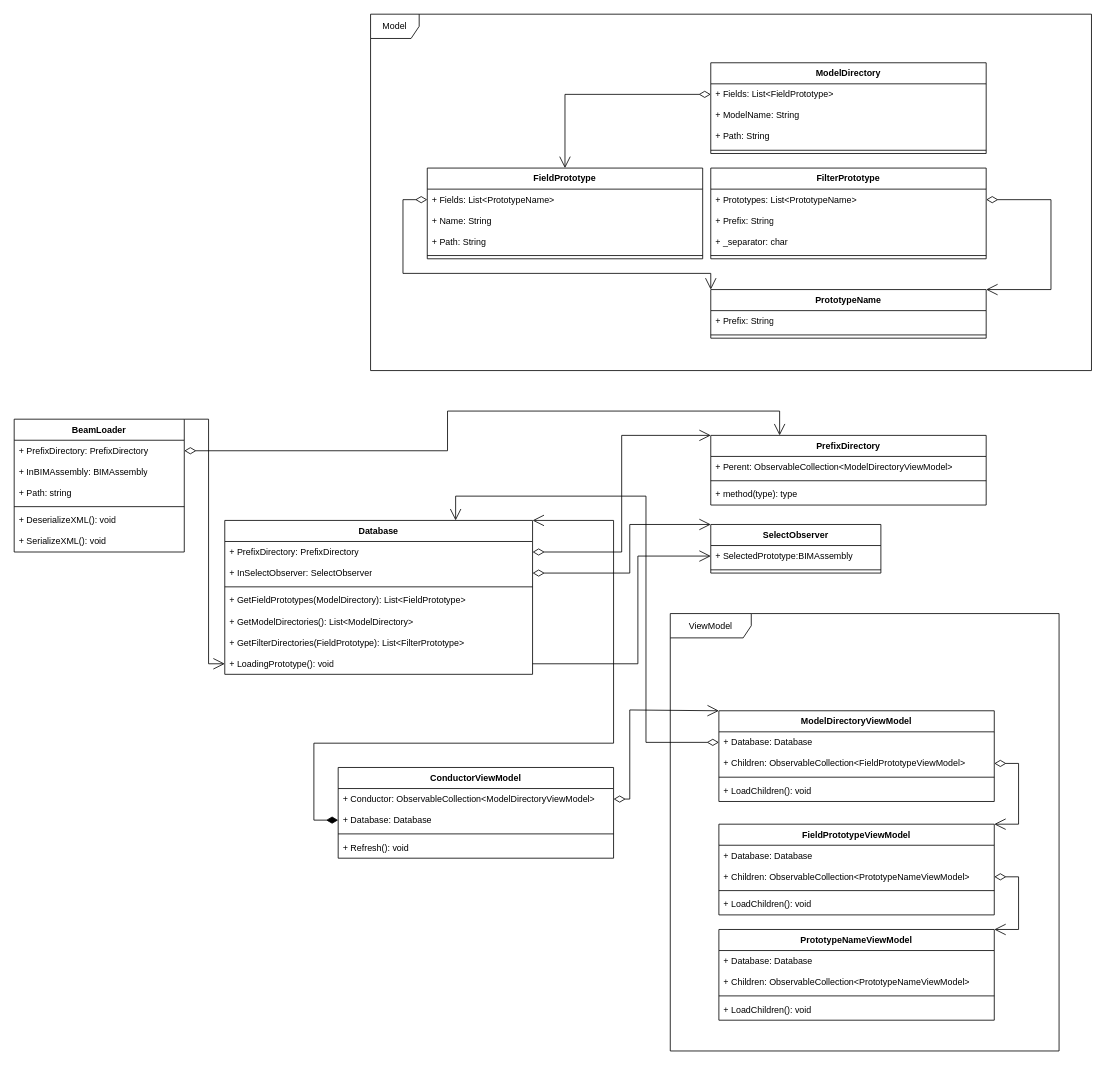
The draw.io diagram page "Conductor" (1 of 3) of Prototype.drawio in AATerekhov/BIM_KJI_Manage, before the edit. Source tidied: cells renumbered, new cells numbered last; positions are measured from the earlier drawing's top-left corner, leaving out a move shared by most shapes. Both pictures are drawn from the tidied source at 81%, with x=0, y=0 at pixel (14, 14).
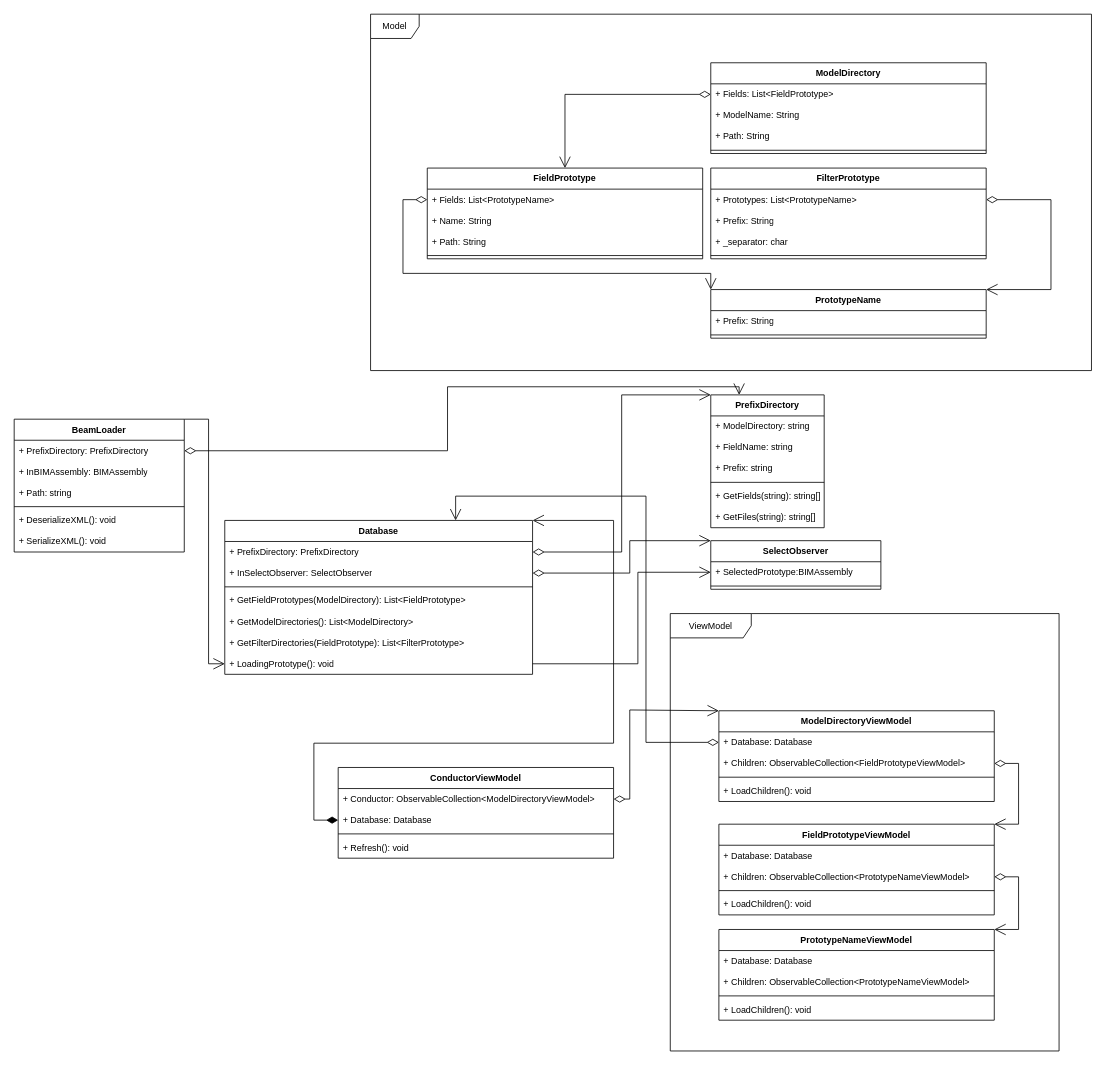
The same diagram, later.

The change refers to these unchanged cells:
```xml
<mxCell id="15" value="+ SelectedPrototype:BIMAssembly" style="text;strokeColor=none;fillColor=none;align=left;verticalAlign=top;spacingLeft=4;spacingRight=4;overflow=hidden;points=[[0,0.5],[1,0.5]];portConstraint=eastwest;whiteSpace=wrap;html=1;fontSize=11;fontFamily=Helvetica;fontColor=default;" parent="14" vertex="1">
  <mxGeometry y="26" width="210" height="26" as="geometry" />
</mxCell>
<mxCell id="18" value="+ PrefixDirectory: PrefixDirectory" style="text;strokeColor=none;fillColor=none;align=left;verticalAlign=top;spacingLeft=4;spacingRight=4;overflow=hidden;points=[[0,0.5],[1,0.5]];portConstraint=eastwest;whiteSpace=wrap;html=1;fontSize=11;fontFamily=Helvetica;fontColor=default;" parent="17" vertex="1">
  <mxGeometry y="26" width="380" height="26" as="geometry" />
</mxCell>
<mxCell id="19" value="+ InSelectObserver:&amp;nbsp;SelectObserver" style="text;strokeColor=none;fillColor=none;align=left;verticalAlign=top;spacingLeft=4;spacingRight=4;overflow=hidden;points=[[0,0.5],[1,0.5]];portConstraint=eastwest;whiteSpace=wrap;html=1;fontSize=11;fontFamily=Helvetica;fontColor=default;" parent="17" vertex="1">
  <mxGeometry y="52" width="380" height="26" as="geometry" />
</mxCell>
<mxCell id="24" value="+ LoadingPrototype(): void" style="text;strokeColor=none;fillColor=none;align=left;verticalAlign=top;spacingLeft=4;spacingRight=4;overflow=hidden;points=[[0,0.5],[1,0.5]];portConstraint=eastwest;whiteSpace=wrap;html=1;fontSize=11;fontFamily=Helvetica;fontColor=default;" parent="17" vertex="1">
  <mxGeometry y="164" width="380" height="26" as="geometry" />
</mxCell>
<mxCell id="57" value="+ PrefixDirectory: PrefixDirectory" style="text;strokeColor=none;fillColor=none;align=left;verticalAlign=top;spacingLeft=4;spacingRight=4;overflow=hidden;points=[[0,0.5],[1,0.5]];portConstraint=eastwest;whiteSpace=wrap;html=1;fontSize=11;fontFamily=Helvetica;fontColor=default;" parent="56" vertex="1">
  <mxGeometry y="26" width="210" height="26" as="geometry" />
</mxCell>
```

The edit, as a diff of the source:
```diff
@@
     <mxCell id="14" value="SelectObserver" style="swimlane;fontStyle=1;align=center;verticalAlign=top;horizontal=1;startSize=26;whiteSpace=wrap;html=1;fontFamily=Helvetica;fontSize=11;fontColor=default;" parent="1" vertex="1">
-      <mxGeometry x="860" y="630" width="210" height="60" as="geometry" />
+      <mxGeometry x="860" y="650" width="210" height="60" as="geometry" />
     </mxCell>
@@
     <mxCell id="25" value="PrefixDirectory" style="swimlane;fontStyle=1;align=center;verticalAlign=top;horizontal=1;startSize=26;whiteSpace=wrap;html=1;fontFamily=Helvetica;fontSize=11;fontColor=default;" parent="1" vertex="1">
-      <mxGeometry x="860" y="520" width="340" height="86" as="geometry" />
+      <mxGeometry x="860" y="470" width="140" height="164" as="geometry" />
     </mxCell>
-    <mxCell id="26" value="+ Perent: ObservableCollection&amp;lt;ModelDirectoryViewModel&amp;gt;" style="text;strokeColor=none;fillColor=none;align=left;verticalAlign=top;spacingLeft=4;spacingRight=4;overflow=hidden;whiteSpace=wrap;html=1;fontSize=11;fontFamily=Helvetica;fontColor=default;" parent="25" vertex="1">
-      <mxGeometry y="26" width="340" height="26" as="geometry" />
+    <mxCell id="26" value="+ ModelDirectory: string" style="text;strokeColor=none;fillColor=none;align=left;verticalAlign=top;spacingLeft=4;spacingRight=4;overflow=hidden;whiteSpace=wrap;html=1;fontSize=11;fontFamily=Helvetica;fontColor=default;" parent="25" vertex="1">
+      <mxGeometry y="26" width="140" height="26" as="geometry" />
     </mxCell>
+    <mxCell id="77" value="+ FieldName: string" style="text;strokeColor=none;fillColor=none;align=left;verticalAlign=top;spacingLeft=4;spacingRight=4;overflow=hidden;whiteSpace=wrap;html=1;fontSize=11;fontFamily=Helvetica;fontColor=default;" parent="25" vertex="1">
+      <mxGeometry y="52" width="140" height="26" as="geometry" />
+    </mxCell>
+    <mxCell id="78" value="+ Prefix: string" style="text;strokeColor=none;fillColor=none;align=left;verticalAlign=top;spacingLeft=4;spacingRight=4;overflow=hidden;whiteSpace=wrap;html=1;fontSize=11;fontFamily=Helvetica;fontColor=default;" parent="25" vertex="1">
+      <mxGeometry y="78" width="140" height="26" as="geometry" />
+    </mxCell>
     <mxCell id="27" style="line;strokeWidth=1;fillColor=none;align=left;verticalAlign=middle;spacingTop=-1;spacingLeft=3;spacingRight=3;labelPosition=right;strokeColor=inherit;fontFamily=Helvetica;fontSize=11;fontColor=default;" parent="25" vertex="1">
-      <mxGeometry y="52" width="340" height="8" as="geometry" />
+      <mxGeometry y="104" width="140" height="8" as="geometry" />
     </mxCell>
-    <mxCell id="28" value="+ method(type): type" style="text;strokeColor=none;fillColor=none;align=left;verticalAlign=top;spacingLeft=4;spacingRight=4;overflow=hidden;whiteSpace=wrap;html=1;fontSize=11;fontFamily=Helvetica;fontColor=default;" parent="25" vertex="1">
-      <mxGeometry y="60" width="340" height="26" as="geometry" />
+    <mxCell id="28" value="+ GetFields(string): string[]" style="text;strokeColor=none;fillColor=none;align=left;verticalAlign=top;spacingLeft=4;spacingRight=4;overflow=hidden;whiteSpace=wrap;html=1;fontSize=11;fontFamily=Helvetica;fontColor=default;" parent="25" vertex="1">
+      <mxGeometry y="112" width="140" height="26" as="geometry" />
     </mxCell>
+    <mxCell id="79" value="+ GetFiles(string): string[]" style="text;strokeColor=none;fillColor=none;align=left;verticalAlign=top;spacingLeft=4;spacingRight=4;overflow=hidden;whiteSpace=wrap;html=1;fontSize=11;fontFamily=Helvetica;fontColor=default;" parent="25" vertex="1">
+      <mxGeometry y="138" width="140" height="26" as="geometry" />
+    </mxCell>
@@
     <mxCell id="42" style="edgeStyle=orthogonalEdgeStyle;shape=connector;rounded=0;jettySize=auto;html=1;labelBackgroundColor=default;strokeColor=default;fontFamily=Helvetica;fontSize=11;fontColor=default;startArrow=diamondThin;startFill=0;endArrow=open;endFill=0;startSize=12;entryX=0;entryY=0;entryDx=0;entryDy=0;exitX=1;exitY=0.5;exitDx=0;exitDy=0;endSize=12;" parent="1" edge="1" source="19" target="14">
       <mxGeometry relative="1" as="geometry">
         <Array as="points">
           <mxPoint x="760" y="690" />
-          <mxPoint x="760" y="630" />
+          <mxPoint x="760" y="650" />
         </Array>
       </mxGeometry>
     </mxCell>
     <mxCell id="43" style="edgeStyle=orthogonalEdgeStyle;shape=connector;rounded=0;jettySize=auto;html=1;exitX=1;exitY=0.5;exitDx=0;exitDy=0;labelBackgroundColor=default;strokeColor=default;fontFamily=Helvetica;fontSize=11;fontColor=default;startArrow=diamondThin;startFill=0;endArrow=open;endFill=0;startSize=12;entryX=0;entryY=0;entryDx=0;entryDy=0;endSize=12;" parent="1" edge="1" source="18" target="25">
       <mxGeometry relative="1" as="geometry">
         <Array as="points">
           <mxPoint x="750" y="664" />
-          <mxPoint x="750" y="520" />
+          <mxPoint x="750" y="470" />
         </Array>
       </mxGeometry>
     </mxCell>
@@
     <mxCell id="63" style="edgeStyle=orthogonalEdgeStyle;shape=connector;rounded=0;jettySize=auto;html=1;exitX=1;exitY=0.5;exitDx=0;exitDy=0;entryX=0.25;entryY=0;entryDx=0;entryDy=0;labelBackgroundColor=default;strokeColor=default;fontFamily=Helvetica;fontSize=11;fontColor=default;startArrow=diamondThin;startFill=0;endArrow=open;endFill=0;startSize=12;endSize=12;" parent="1" edge="1" source="57" target="25">
-      <mxGeometry relative="1" as="geometry" />
+      <mxGeometry relative="1" as="geometry">
+        <Array as="points">
+          <mxPoint x="535" y="539" />
+          <mxPoint x="535" y="460" />
+          <mxPoint x="895" y="460" />
+        </Array>
+      </mxGeometry>
     </mxCell>
     <mxCell id="64" style="edgeStyle=orthogonalEdgeStyle;shape=connector;rounded=0;jettySize=auto;html=1;exitX=1;exitY=0.5;exitDx=0;exitDy=0;entryX=0;entryY=0.5;entryDx=0;entryDy=0;labelBackgroundColor=default;strokeColor=default;fontFamily=Helvetica;fontSize=11;fontColor=default;startArrow=none;startFill=0;endArrow=open;endFill=0;startSize=12;endSize=12;" parent="1" edge="1" source="24" target="15">
       <mxGeometry relative="1" as="geometry">
         <Array as="points">
           <mxPoint x="770" y="802" />
-          <mxPoint x="770" y="669" />
+          <mxPoint x="770" y="689" />
         </Array>
       </mxGeometry>
     </mxCell>
```
